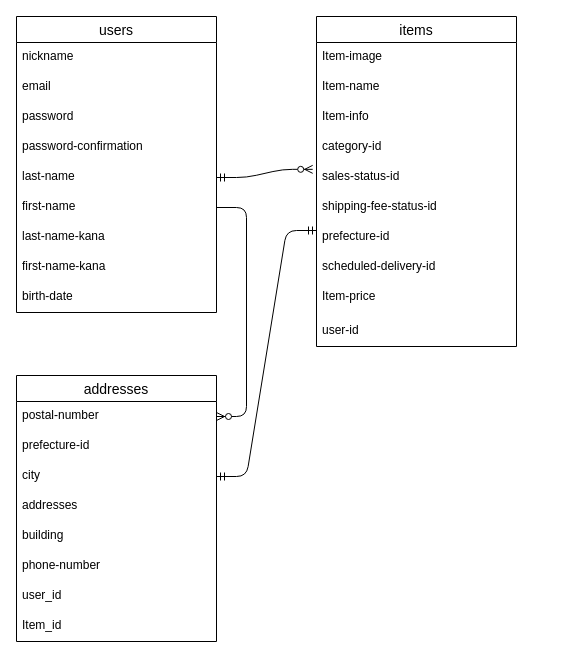
Above: test.dio in hhhaaruu/furima-38630 (draw.io), before the change. Source tidied: cells renumbered, new cells numbered last; positions are measured from the earlier drawing's top-left corner, leaving out a move shared by most shapes. Both pictures are drawn from the tidied source at 100%, with x=0, y=0 at pixel (16, 16).
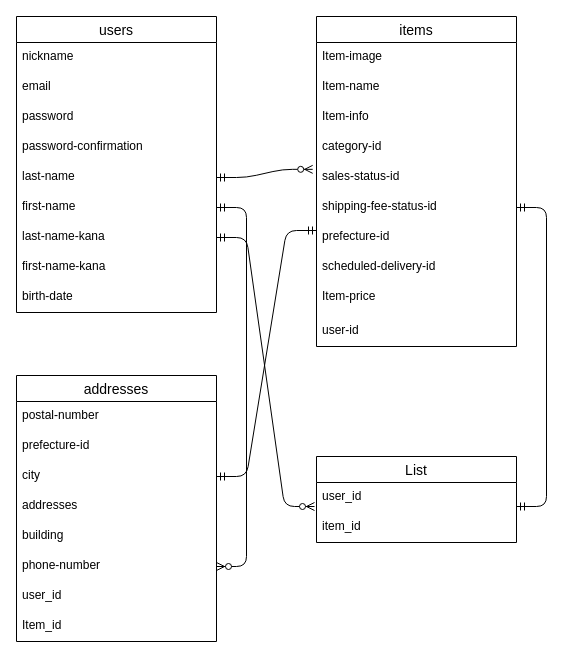
Above is the later version.

Commit message (it also covers changes not shown here):
DB設計　buyテーブル追加

The change refers to these unchanged cells:
```xml
<mxCell id="8" value="first-name" style="text;strokeColor=none;fillColor=none;spacingLeft=4;spacingRight=4;overflow=hidden;points=[[0,0.5],[1,0.5]];portConstraint=eastwest;fontSize=12;" parent="2" vertex="1">
  <mxGeometry y="176" width="200" height="30" as="geometry" />
</mxCell>
<mxCell id="9" value="last-name-kana" style="text;strokeColor=none;fillColor=none;spacingLeft=4;spacingRight=4;overflow=hidden;points=[[0,0.5],[1,0.5]];portConstraint=eastwest;fontSize=12;" parent="2" vertex="1">
  <mxGeometry y="206" width="200" height="30" as="geometry" />
</mxCell>
<mxCell id="18" value="shipping-fee-status-id" style="text;strokeColor=none;fillColor=none;spacingLeft=4;spacingRight=4;overflow=hidden;points=[[0,0.5],[1,0.5]];portConstraint=eastwest;fontSize=12;" parent="12" vertex="1">
  <mxGeometry y="176" width="200" height="30" as="geometry" />
</mxCell>
<mxCell id="25" value="postal-number" style="text;strokeColor=none;fillColor=none;spacingLeft=4;spacingRight=4;overflow=hidden;points=[[0,0.5],[1,0.5]];portConstraint=eastwest;fontSize=12;" parent="24" vertex="1">
  <mxGeometry y="26" width="200" height="30" as="geometry" />
</mxCell>
<mxCell id="30" value="phone-number" style="text;strokeColor=none;fillColor=none;spacingLeft=4;spacingRight=4;overflow=hidden;points=[[0,0.5],[1,0.5]];portConstraint=eastwest;fontSize=12;" parent="24" vertex="1">
  <mxGeometry y="176" width="200" height="30" as="geometry" />
</mxCell>
```

The edit, as a diff of the source:
```diff
@@
-    <mxCell id="34" style="edgeStyle=entityRelationEdgeStyle;fontSize=12;html=1;endArrow=ERzeroToMany;endFill=1;exitX=1;exitY=0.5;exitDx=0;exitDy=0;" parent="1" edge="1" source="8" target="25">
-      <mxGeometry relative="1" as="geometry" />
-    </mxCell>
+    <mxCell id="35" value="List" style="swimlane;fontStyle=0;horizontal=1;startSize=26;align=center;fontSize=14;" parent="1" vertex="1">
+      <mxGeometry x="300" y="440" width="200" height="86" as="geometry" />
+    </mxCell>
+    <mxCell id="36" value="user_id" style="text;strokeColor=none;fillColor=none;spacingLeft=4;spacingRight=4;overflow=hidden;points=[[0,0.5],[1,0.5]];portConstraint=eastwest;fontSize=12;" parent="35" vertex="1">
+      <mxGeometry y="26" width="200" height="30" as="geometry" />
+    </mxCell>
+    <mxCell id="37" value="item_id" style="text;strokeColor=none;fillColor=none;spacingLeft=4;spacingRight=4;overflow=hidden;fontSize=12;" parent="35" vertex="1">
+      <mxGeometry y="56" width="200" height="30" as="geometry" />
+    </mxCell>
+    <mxCell id="38" style="edgeStyle=entityRelationEdgeStyle;fontSize=12;html=1;endArrow=ERmandOne;startArrow=ERmandOne;" parent="1" edge="1" target="18">
+      <mxGeometry relative="1" as="geometry">
+        <mxPoint x="500" y="490" as="sourcePoint" />
+      </mxGeometry>
+    </mxCell>
+    <mxCell id="39" style="edgeStyle=entityRelationEdgeStyle;fontSize=12;html=1;endArrow=ERzeroToMany;startArrow=ERmandOne;exitX=1;exitY=0.5;exitDx=0;exitDy=0;entryX=-0.01;entryY=0.8;entryDx=0;entryDy=0;entryPerimeter=0;" parent="1" edge="1" source="9" target="36">
+      <mxGeometry relative="1" as="geometry" />
+    </mxCell>
+    <mxCell id="40" style="edgeStyle=entityRelationEdgeStyle;fontSize=12;html=1;endArrow=ERzeroToMany;startArrow=ERmandOne;exitX=1;exitY=0.5;exitDx=0;exitDy=0;entryX=1;entryY=0.5;entryDx=0;entryDy=0;" parent="1" edge="1" source="8" target="30">
+      <mxGeometry relative="1" as="geometry" />
+    </mxCell>
```
